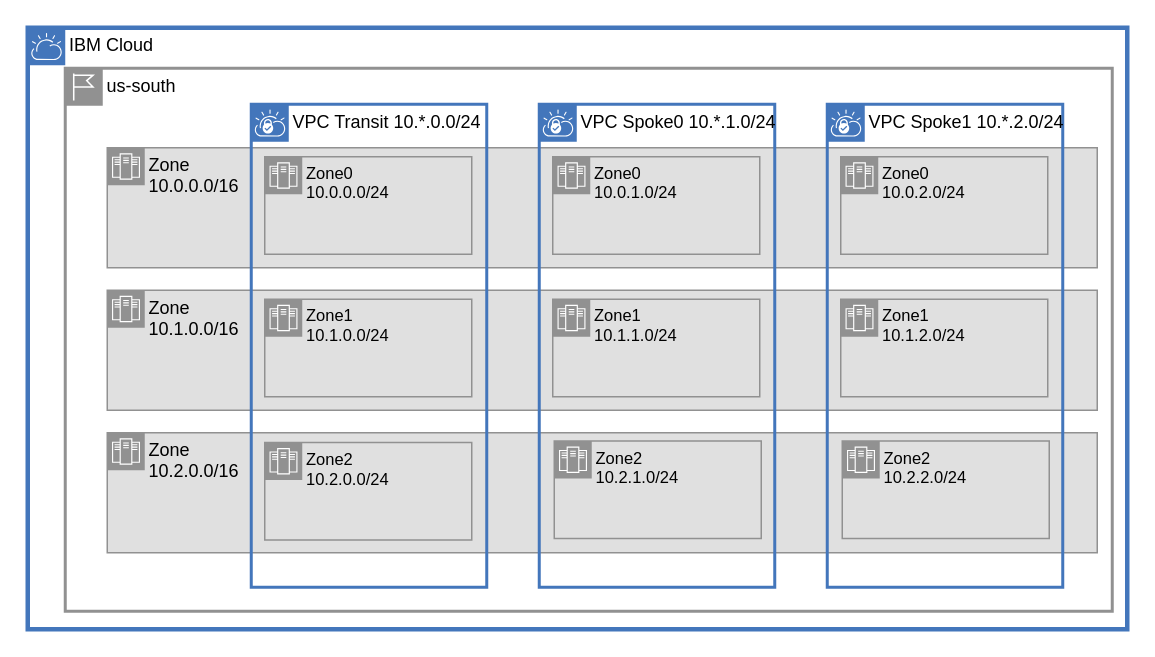
This is page "zones" (3 of 12) of diagrams/vpc-transit.drawio from ibm-cloud-docs/solution-tutorials, a draw.io file, before an edit. Source tidied: cells renumbered, new cells numbered last; positions are measured from the earlier drawing's top-left corner, leaving out a move shared by most shapes. Both pictures are drawn from the tidied source at 150%, with x=0, y=0 at pixel (27, 27).
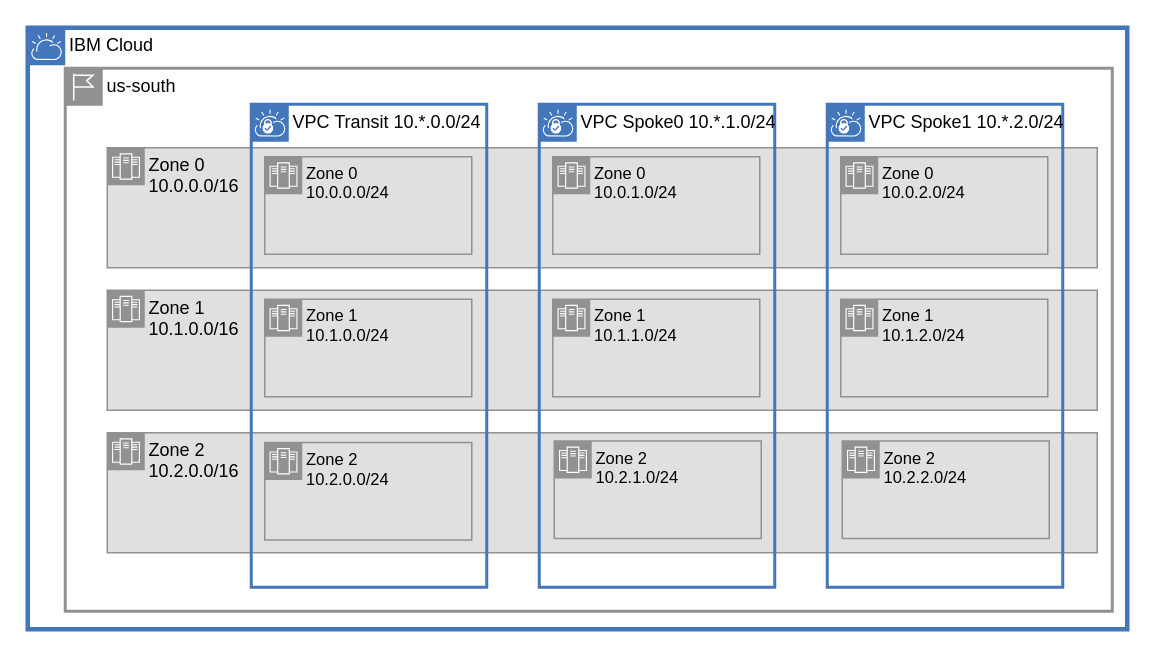
After the change.

The change refers to these unchanged cells:
```xml
<mxCell id="7" style="group;" parent="1" vertex="1">
  <mxGeometry x="149" y="51" width="157" height="322" as="geometry" />
</mxCell>
<mxCell id="12" style="group;" parent="1" vertex="1">
  <mxGeometry x="341" y="51" width="157" height="322" as="geometry" />
</mxCell>
<mxCell id="17" style="group;" parent="1" vertex="1">
  <mxGeometry x="533" y="51" width="157" height="322" as="geometry" />
</mxCell>
```

What changed in the source:
```diff
@@
-    <mxCell id="4" value="Zone&lt;br&gt;10.0.0.0/16" style="shape=mxgraph.ibm.box;prType=zone;fontStyle=0;verticalAlign=top;align=left;spacingLeft=32;spacingTop=4;fillColor=#E0E0E0;rounded=0;whiteSpace=wrap;html=1;strokeColor=#919191;strokeWidth=1;dashed=0;spacing=-4;flipV=0;" parent="1" vertex="1">
+    <mxCell id="4" value="Zone 0&lt;br&gt;10.0.0.0/16" style="shape=mxgraph.ibm.box;prType=zone;fontStyle=0;verticalAlign=top;align=left;spacingLeft=32;spacingTop=4;fillColor=#E0E0E0;rounded=0;whiteSpace=wrap;html=1;strokeColor=#919191;strokeWidth=1;dashed=0;spacing=-4;flipV=0;" parent="1" vertex="1">
       <mxGeometry x="53" y="80" width="660" height="80" as="geometry" />
     </mxCell>
-    <mxCell id="5" value="Zone&lt;br&gt;10.1.0.0/16" style="shape=mxgraph.ibm.box;prType=zone;fontStyle=0;verticalAlign=top;align=left;spacingLeft=32;spacingTop=4;fillColor=#E0E0E0;rounded=0;whiteSpace=wrap;html=1;strokeColor=#919191;strokeWidth=1;dashed=0;spacing=-4;flipV=0;" parent="1" vertex="1">
+    <mxCell id="5" value="Zone 1&lt;br&gt;10.1.0.0/16" style="shape=mxgraph.ibm.box;prType=zone;fontStyle=0;verticalAlign=top;align=left;spacingLeft=32;spacingTop=4;fillColor=#E0E0E0;rounded=0;whiteSpace=wrap;html=1;strokeColor=#919191;strokeWidth=1;dashed=0;spacing=-4;flipV=0;" parent="1" vertex="1">
       <mxGeometry x="53" y="175" width="660" height="80" as="geometry" />
     </mxCell>
-    <mxCell id="6" value="Zone&lt;br&gt;10.2.0.0/16" style="shape=mxgraph.ibm.box;prType=zone;fontStyle=0;verticalAlign=top;align=left;spacingLeft=32;spacingTop=4;fillColor=#E0E0E0;rounded=0;whiteSpace=wrap;html=1;strokeColor=#919191;strokeWidth=1;dashed=0;spacing=-4;flipV=0;" parent="1" vertex="1">
+    <mxCell id="6" value="Zone 2&lt;br&gt;10.2.0.0/16" style="shape=mxgraph.ibm.box;prType=zone;fontStyle=0;verticalAlign=top;align=left;spacingLeft=32;spacingTop=4;fillColor=#E0E0E0;rounded=0;whiteSpace=wrap;html=1;strokeColor=#919191;strokeWidth=1;dashed=0;spacing=-4;flipV=0;" parent="1" vertex="1">
       <mxGeometry x="53" y="270" width="660" height="80" as="geometry" />
     </mxCell>
@@
-    <mxCell id="9" value="Zone0&lt;br&gt;10.0.0.0/24" style="shape=mxgraph.ibm.box;prType=zone;fontStyle=0;verticalAlign=top;align=left;spacingLeft=32;spacingTop=4;fillColor=#E0E0E0;rounded=0;whiteSpace=wrap;html=1;strokeColor=#919191;strokeWidth=1;dashed=0;spacing=-4;fontFamily=Helvetica;fontSize=11;fontColor=default;" parent="7" vertex="1">
+    <mxCell id="9" value="Zone 0&lt;br&gt;10.0.0.0/24" style="shape=mxgraph.ibm.box;prType=zone;fontStyle=0;verticalAlign=top;align=left;spacingLeft=32;spacingTop=4;fillColor=#E0E0E0;rounded=0;whiteSpace=wrap;html=1;strokeColor=#919191;strokeWidth=1;dashed=0;spacing=-4;fontFamily=Helvetica;fontSize=11;fontColor=default;" parent="7" vertex="1">
       <mxGeometry x="9" y="35" width="138" height="65" as="geometry" />
     </mxCell>
-    <mxCell id="10" value="Zone1&lt;br&gt;10.1.0.0/24" style="shape=mxgraph.ibm.box;prType=zone;fontStyle=0;verticalAlign=top;align=left;spacingLeft=32;spacingTop=4;fillColor=#E0E0E0;rounded=0;whiteSpace=wrap;html=1;strokeColor=#919191;strokeWidth=1;dashed=0;spacing=-4;fontFamily=Helvetica;fontSize=11;fontColor=default;" parent="7" vertex="1">
+    <mxCell id="10" value="Zone 1&lt;br&gt;10.1.0.0/24" style="shape=mxgraph.ibm.box;prType=zone;fontStyle=0;verticalAlign=top;align=left;spacingLeft=32;spacingTop=4;fillColor=#E0E0E0;rounded=0;whiteSpace=wrap;html=1;strokeColor=#919191;strokeWidth=1;dashed=0;spacing=-4;fontFamily=Helvetica;fontSize=11;fontColor=default;" parent="7" vertex="1">
       <mxGeometry x="9" y="130" width="138" height="65" as="geometry" />
     </mxCell>
-    <mxCell id="11" value="Zone2&lt;br&gt;10.2.0.0/24" style="shape=mxgraph.ibm.box;prType=zone;fontStyle=0;verticalAlign=top;align=left;spacingLeft=32;spacingTop=4;fillColor=#E0E0E0;rounded=0;whiteSpace=wrap;html=1;strokeColor=#919191;strokeWidth=1;dashed=0;spacing=-4;fontFamily=Helvetica;fontSize=11;fontColor=default;" parent="7" vertex="1">
+    <mxCell id="11" value="Zone 2&lt;br&gt;10.2.0.0/24" style="shape=mxgraph.ibm.box;prType=zone;fontStyle=0;verticalAlign=top;align=left;spacingLeft=32;spacingTop=4;fillColor=#E0E0E0;rounded=0;whiteSpace=wrap;html=1;strokeColor=#919191;strokeWidth=1;dashed=0;spacing=-4;fontFamily=Helvetica;fontSize=11;fontColor=default;" parent="7" vertex="1">
       <mxGeometry x="9" y="225.5" width="138" height="65" as="geometry" />
     </mxCell>
@@
-    <mxCell id="14" value="Zone0&lt;br&gt;10.0.1.0/24" style="shape=mxgraph.ibm.box;prType=zone;fontStyle=0;verticalAlign=top;align=left;spacingLeft=32;spacingTop=4;fillColor=#E0E0E0;rounded=0;whiteSpace=wrap;html=1;strokeColor=#919191;strokeWidth=1;dashed=0;spacing=-4;fontFamily=Helvetica;fontSize=11;fontColor=default;" parent="12" vertex="1">
+    <mxCell id="14" value="Zone 0&lt;br&gt;10.0.1.0/24" style="shape=mxgraph.ibm.box;prType=zone;fontStyle=0;verticalAlign=top;align=left;spacingLeft=32;spacingTop=4;fillColor=#E0E0E0;rounded=0;whiteSpace=wrap;html=1;strokeColor=#919191;strokeWidth=1;dashed=0;spacing=-4;fontFamily=Helvetica;fontSize=11;fontColor=default;" parent="12" vertex="1">
       <mxGeometry x="9" y="35" width="138" height="65" as="geometry" />
     </mxCell>
-    <mxCell id="15" value="Zone1&lt;br&gt;10.1.1.0/24" style="shape=mxgraph.ibm.box;prType=zone;fontStyle=0;verticalAlign=top;align=left;spacingLeft=32;spacingTop=4;fillColor=#E0E0E0;rounded=0;whiteSpace=wrap;html=1;strokeColor=#919191;strokeWidth=1;dashed=0;spacing=-4;fontFamily=Helvetica;fontSize=11;fontColor=default;" parent="12" vertex="1">
+    <mxCell id="15" value="Zone 1&lt;br&gt;10.1.1.0/24" style="shape=mxgraph.ibm.box;prType=zone;fontStyle=0;verticalAlign=top;align=left;spacingLeft=32;spacingTop=4;fillColor=#E0E0E0;rounded=0;whiteSpace=wrap;html=1;strokeColor=#919191;strokeWidth=1;dashed=0;spacing=-4;fontFamily=Helvetica;fontSize=11;fontColor=default;" parent="12" vertex="1">
       <mxGeometry x="9" y="130" width="138" height="65" as="geometry" />
     </mxCell>
-    <mxCell id="16" value="Zone2&lt;br&gt;10.2.1.0/24" style="shape=mxgraph.ibm.box;prType=zone;fontStyle=0;verticalAlign=top;align=left;spacingLeft=32;spacingTop=4;fillColor=#E0E0E0;rounded=0;whiteSpace=wrap;html=1;strokeColor=#919191;strokeWidth=1;dashed=0;spacing=-4;fontFamily=Helvetica;fontSize=11;fontColor=default;" parent="12" vertex="1">
+    <mxCell id="16" value="Zone 2&lt;br&gt;10.2.1.0/24" style="shape=mxgraph.ibm.box;prType=zone;fontStyle=0;verticalAlign=top;align=left;spacingLeft=32;spacingTop=4;fillColor=#E0E0E0;rounded=0;whiteSpace=wrap;html=1;strokeColor=#919191;strokeWidth=1;dashed=0;spacing=-4;fontFamily=Helvetica;fontSize=11;fontColor=default;" parent="12" vertex="1">
       <mxGeometry x="10" y="224.5" width="138" height="65" as="geometry" />
     </mxCell>
@@
-    <mxCell id="19" value="Zone0&lt;br&gt;10.0.2.0/24" style="shape=mxgraph.ibm.box;prType=zone;fontStyle=0;verticalAlign=top;align=left;spacingLeft=32;spacingTop=4;fillColor=#E0E0E0;rounded=0;whiteSpace=wrap;html=1;strokeColor=#919191;strokeWidth=1;dashed=0;spacing=-4;fontFamily=Helvetica;fontSize=11;fontColor=default;" parent="17" vertex="1">
+    <mxCell id="19" value="Zone 0&lt;br&gt;10.0.2.0/24" style="shape=mxgraph.ibm.box;prType=zone;fontStyle=0;verticalAlign=top;align=left;spacingLeft=32;spacingTop=4;fillColor=#E0E0E0;rounded=0;whiteSpace=wrap;html=1;strokeColor=#919191;strokeWidth=1;dashed=0;spacing=-4;fontFamily=Helvetica;fontSize=11;fontColor=default;" parent="17" vertex="1">
       <mxGeometry x="9" y="35" width="138" height="65" as="geometry" />
     </mxCell>
-    <mxCell id="20" value="Zone1&lt;br&gt;10.1.2.0/24" style="shape=mxgraph.ibm.box;prType=zone;fontStyle=0;verticalAlign=top;align=left;spacingLeft=32;spacingTop=4;fillColor=#E0E0E0;rounded=0;whiteSpace=wrap;html=1;strokeColor=#919191;strokeWidth=1;dashed=0;spacing=-4;fontFamily=Helvetica;fontSize=11;fontColor=default;" parent="17" vertex="1">
+    <mxCell id="20" value="Zone 1&lt;br&gt;10.1.2.0/24" style="shape=mxgraph.ibm.box;prType=zone;fontStyle=0;verticalAlign=top;align=left;spacingLeft=32;spacingTop=4;fillColor=#E0E0E0;rounded=0;whiteSpace=wrap;html=1;strokeColor=#919191;strokeWidth=1;dashed=0;spacing=-4;fontFamily=Helvetica;fontSize=11;fontColor=default;" parent="17" vertex="1">
       <mxGeometry x="9" y="130" width="138" height="65" as="geometry" />
     </mxCell>
-    <mxCell id="21" value="Zone2&lt;br&gt;10.2.2.0/24" style="shape=mxgraph.ibm.box;prType=zone;fontStyle=0;verticalAlign=top;align=left;spacingLeft=32;spacingTop=4;fillColor=#E0E0E0;rounded=0;whiteSpace=wrap;html=1;strokeColor=#919191;strokeWidth=1;dashed=0;spacing=-4;fontFamily=Helvetica;fontSize=11;fontColor=default;" parent="17" vertex="1">
+    <mxCell id="21" value="Zone 2&lt;br&gt;10.2.2.0/24" style="shape=mxgraph.ibm.box;prType=zone;fontStyle=0;verticalAlign=top;align=left;spacingLeft=32;spacingTop=4;fillColor=#E0E0E0;rounded=0;whiteSpace=wrap;html=1;strokeColor=#919191;strokeWidth=1;dashed=0;spacing=-4;fontFamily=Helvetica;fontSize=11;fontColor=default;" parent="17" vertex="1">
       <mxGeometry x="10" y="224.5" width="138" height="65" as="geometry" />
     </mxCell>
```
